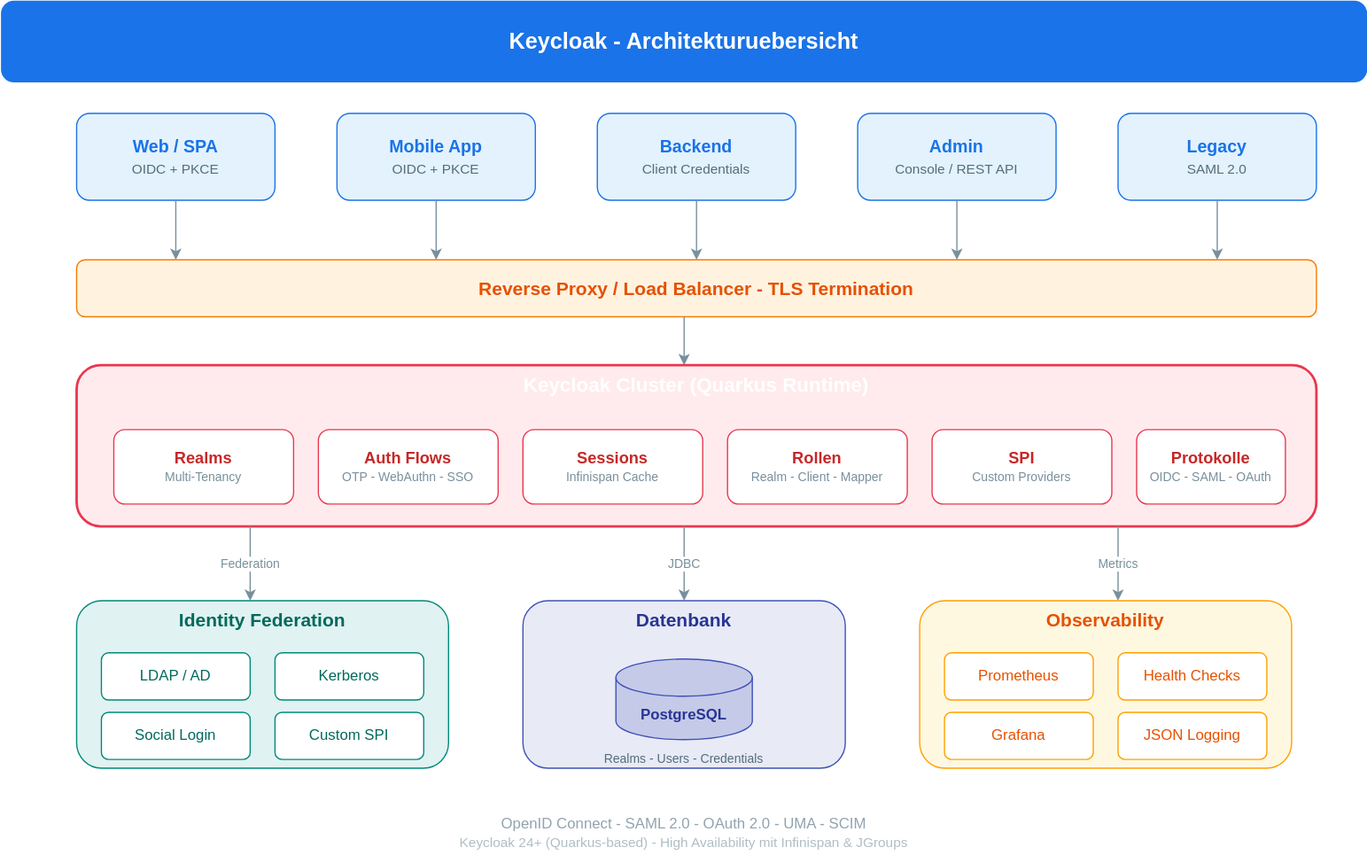
Before: slides/01-einfuehrung-keycloak-iam/images/keycloak_architecture.drawio.svg, a diagram exported from draw.io (it-erben/training-keycloak). Source tidied: cells renumbered, new cells last; positions are measured from the earlier drawing's top-left corner, leaving out a move shared by most shapes. The source it was exported from:
```xml
<mxGraphModel>
  <root>
    <mxCell id="0" />
    <mxCell id="1" parent="0" />
    <mxCell id="2" value="&lt;b style=&quot;font-size:18px&quot;&gt;&lt;font color=&quot;#ffffff&quot;&gt;Keycloak - Architekturuebersicht&lt;/font&gt;&lt;/b&gt;" style="rounded=1;whiteSpace=wrap;html=1;fillColor=#1A73E8;strokeColor=#1A73E8;strokeWidth=2;fontColor=#ffffff;" parent="1" vertex="1">
      <mxGeometry width="1100" height="64" as="geometry" />
    </mxCell>
    <mxCell id="3" value="&lt;b&gt;Web / SPA&lt;/b&gt;&lt;br&gt;&lt;font style=&quot;font-size:11px&quot; color=&quot;#546E7A&quot;&gt;OIDC + PKCE&lt;/font&gt;" style="rounded=1;whiteSpace=wrap;html=1;fillColor=#E3F2FD;strokeColor=#1A73E8;strokeWidth=1;fontColor=#1A73E8;fontSize=14;" parent="1" vertex="1">
      <mxGeometry x="60" y="90" width="160" height="70" as="geometry" />
    </mxCell>
    <mxCell id="4" value="&lt;b&gt;Mobile App&lt;/b&gt;&lt;br&gt;&lt;font style=&quot;font-size:11px&quot; color=&quot;#546E7A&quot;&gt;OIDC + PKCE&lt;/font&gt;" style="rounded=1;whiteSpace=wrap;html=1;fillColor=#E3F2FD;strokeColor=#1A73E8;strokeWidth=1;fontColor=#1A73E8;fontSize=14;" parent="1" vertex="1">
      <mxGeometry x="270" y="90" width="160" height="70" as="geometry" />
    </mxCell>
    <mxCell id="5" value="&lt;b&gt;Backend&lt;/b&gt;&lt;br&gt;&lt;font style=&quot;font-size:11px&quot; color=&quot;#546E7A&quot;&gt;Client Credentials&lt;/font&gt;" style="rounded=1;whiteSpace=wrap;html=1;fillColor=#E3F2FD;strokeColor=#1A73E8;strokeWidth=1;fontColor=#1A73E8;fontSize=14;" parent="1" vertex="1">
      <mxGeometry x="480" y="90" width="160" height="70" as="geometry" />
    </mxCell>
    <mxCell id="6" value="&lt;b&gt;Admin&lt;/b&gt;&lt;br&gt;&lt;font style=&quot;font-size:11px&quot; color=&quot;#546E7A&quot;&gt;Console / REST API&lt;/font&gt;" style="rounded=1;whiteSpace=wrap;html=1;fillColor=#E3F2FD;strokeColor=#1A73E8;strokeWidth=1;fontColor=#1A73E8;fontSize=14;" parent="1" vertex="1">
      <mxGeometry x="690" y="90" width="160" height="70" as="geometry" />
    </mxCell>
    <mxCell id="7" value="&lt;b&gt;Legacy&lt;/b&gt;&lt;br&gt;&lt;font style=&quot;font-size:11px&quot; color=&quot;#546E7A&quot;&gt;SAML 2.0&lt;/font&gt;" style="rounded=1;whiteSpace=wrap;html=1;fillColor=#E3F2FD;strokeColor=#1A73E8;strokeWidth=1;fontColor=#1A73E8;fontSize=14;" parent="1" vertex="1">
      <mxGeometry x="900" y="90" width="160" height="70" as="geometry" />
    </mxCell>
    <mxCell id="8" style="html=1;strokeColor=#78909C;strokeWidth=1;endArrow=classic;rounded=0;" parent="1" edge="1">
      <mxGeometry relative="1" as="geometry">
        <mxPoint x="140" y="160" as="sourcePoint" />
        <mxPoint x="140" y="208" as="targetPoint" />
      </mxGeometry>
    </mxCell>
    <mxCell id="9" style="html=1;strokeColor=#78909C;strokeWidth=1;endArrow=classic;rounded=0;" parent="1" edge="1">
      <mxGeometry relative="1" as="geometry">
        <mxPoint x="350" y="160" as="sourcePoint" />
        <mxPoint x="350" y="208" as="targetPoint" />
      </mxGeometry>
    </mxCell>
    <mxCell id="10" style="html=1;strokeColor=#78909C;strokeWidth=1;endArrow=classic;rounded=0;" parent="1" edge="1">
      <mxGeometry relative="1" as="geometry">
        <mxPoint x="560" y="160" as="sourcePoint" />
        <mxPoint x="560" y="208" as="targetPoint" />
      </mxGeometry>
    </mxCell>
    <mxCell id="11" style="html=1;strokeColor=#78909C;strokeWidth=1;endArrow=classic;rounded=0;" parent="1" edge="1">
      <mxGeometry relative="1" as="geometry">
        <mxPoint x="770" y="160" as="sourcePoint" />
        <mxPoint x="770" y="208" as="targetPoint" />
      </mxGeometry>
    </mxCell>
    <mxCell id="12" style="html=1;strokeColor=#78909C;strokeWidth=1;endArrow=classic;rounded=0;" parent="1" edge="1">
      <mxGeometry relative="1" as="geometry">
        <mxPoint x="980" y="160" as="sourcePoint" />
        <mxPoint x="980" y="208" as="targetPoint" />
      </mxGeometry>
    </mxCell>
    <mxCell id="13" value="&lt;b&gt;Reverse Proxy / Load Balancer - TLS Termination&lt;/b&gt;" style="rounded=1;whiteSpace=wrap;html=1;fillColor=#FFF3E0;strokeColor=#F57C00;strokeWidth=1;fontColor=#E65100;fontSize=15;" parent="1" vertex="1">
      <mxGeometry x="60" y="208" width="1000" height="46" as="geometry" />
    </mxCell>
    <mxCell id="14" style="html=1;strokeColor=#78909C;strokeWidth=1;endArrow=classic;rounded=0;" parent="1" edge="1">
      <mxGeometry relative="1" as="geometry">
        <mxPoint x="550" y="254" as="sourcePoint" />
        <mxPoint x="550" y="293" as="targetPoint" />
      </mxGeometry>
    </mxCell>
    <mxCell id="15" value="&lt;b style=&quot;font-size:16px&quot;&gt;&lt;font color=&quot;#ffffff&quot;&gt;Keycloak Cluster (Quarkus Runtime)&lt;/font&gt;&lt;/b&gt;" style="rounded=1;whiteSpace=wrap;html=1;fillColor=#FFEBEE;strokeColor=#E8384F;strokeWidth=2;verticalAlign=top;fontSize=14;fontColor=#C62828;" parent="1" vertex="1">
      <mxGeometry x="60" y="293" width="1000" height="130" as="geometry" />
    </mxCell>
    <mxCell id="16" value="&lt;b style=&quot;font-size:13px&quot;&gt;&lt;font color=&quot;#C62828&quot;&gt;Realms&lt;/font&gt;&lt;/b&gt;&lt;br&gt;&lt;font style=&quot;font-size:10px&quot; color=&quot;#78909C&quot;&gt;Multi-Tenancy&lt;/font&gt;" style="rounded=1;whiteSpace=wrap;html=1;fillColor=#ffffff;strokeColor=#E8384F;strokeWidth=1;fontSize=12;" parent="1" vertex="1">
      <mxGeometry x="90" y="345" width="145" height="60" as="geometry" />
    </mxCell>
    <mxCell id="17" value="&lt;b style=&quot;font-size:13px&quot;&gt;&lt;font color=&quot;#C62828&quot;&gt;Auth Flows&lt;/font&gt;&lt;/b&gt;&lt;br&gt;&lt;font style=&quot;font-size:10px&quot; color=&quot;#78909C&quot;&gt;OTP - WebAuthn - SSO&lt;/font&gt;" style="rounded=1;whiteSpace=wrap;html=1;fillColor=#ffffff;strokeColor=#E8384F;strokeWidth=1;fontSize=12;" parent="1" vertex="1">
      <mxGeometry x="255" y="345" width="145" height="60" as="geometry" />
    </mxCell>
    <mxCell id="18" value="&lt;b style=&quot;font-size:13px&quot;&gt;&lt;font color=&quot;#C62828&quot;&gt;Sessions&lt;/font&gt;&lt;/b&gt;&lt;br&gt;&lt;font style=&quot;font-size:10px&quot; color=&quot;#78909C&quot;&gt;Infinispan Cache&lt;/font&gt;" style="rounded=1;whiteSpace=wrap;html=1;fillColor=#ffffff;strokeColor=#E8384F;strokeWidth=1;fontSize=12;" parent="1" vertex="1">
      <mxGeometry x="420" y="345" width="145" height="60" as="geometry" />
    </mxCell>
    <mxCell id="19" value="&lt;b style=&quot;font-size:13px&quot;&gt;&lt;font color=&quot;#C62828&quot;&gt;Rollen&lt;/font&gt;&lt;/b&gt;&lt;br&gt;&lt;font style=&quot;font-size:10px&quot; color=&quot;#78909C&quot;&gt;Realm - Client - Mapper&lt;/font&gt;" style="rounded=1;whiteSpace=wrap;html=1;fillColor=#ffffff;strokeColor=#E8384F;strokeWidth=1;fontSize=12;" parent="1" vertex="1">
      <mxGeometry x="585" y="345" width="145" height="60" as="geometry" />
    </mxCell>
    <mxCell id="20" value="&lt;b style=&quot;font-size:13px&quot;&gt;&lt;font color=&quot;#C62828&quot;&gt;SPI&lt;/font&gt;&lt;/b&gt;&lt;br&gt;&lt;font style=&quot;font-size:10px&quot; color=&quot;#78909C&quot;&gt;Custom Providers&lt;/font&gt;" style="rounded=1;whiteSpace=wrap;html=1;fillColor=#ffffff;strokeColor=#E8384F;strokeWidth=1;fontSize=12;" parent="1" vertex="1">
      <mxGeometry x="750" y="345" width="145" height="60" as="geometry" />
    </mxCell>
    <mxCell id="21" value="&lt;b style=&quot;font-size:13px&quot;&gt;&lt;font color=&quot;#C62828&quot;&gt;Protokolle&lt;/font&gt;&lt;/b&gt;&lt;br&gt;&lt;font style=&quot;font-size:10px&quot; color=&quot;#78909C&quot;&gt;OIDC - SAML - OAuth&lt;/font&gt;" style="rounded=1;whiteSpace=wrap;html=1;fillColor=#ffffff;strokeColor=#E8384F;strokeWidth=1;fontSize=12;" parent="1" vertex="1">
      <mxGeometry x="915" y="345" width="120" height="60" as="geometry" />
    </mxCell>
    <mxCell id="22" value="Federation" style="html=1;strokeColor=#78909C;strokeWidth=1;endArrow=classic;rounded=0;fontSize=10;fontColor=#78909C;" parent="1" edge="1">
      <mxGeometry relative="1" as="geometry">
        <mxPoint x="200" y="423" as="sourcePoint" />
        <mxPoint x="200" y="483" as="targetPoint" />
      </mxGeometry>
    </mxCell>
    <mxCell id="23" value="JDBC" style="html=1;strokeColor=#78909C;strokeWidth=1;endArrow=classic;rounded=0;fontSize=10;fontColor=#78909C;" parent="1" edge="1">
      <mxGeometry relative="1" as="geometry">
        <mxPoint x="550" y="423" as="sourcePoint" />
        <mxPoint x="550" y="483" as="targetPoint" />
      </mxGeometry>
    </mxCell>
    <mxCell id="24" value="Metrics" style="html=1;strokeColor=#78909C;strokeWidth=1;endArrow=classic;rounded=0;fontSize=10;fontColor=#78909C;" parent="1" edge="1">
      <mxGeometry relative="1" as="geometry">
        <mxPoint x="900" y="423" as="sourcePoint" />
        <mxPoint x="900" y="483" as="targetPoint" />
      </mxGeometry>
    </mxCell>
    <mxCell id="25" value="&lt;b style=&quot;font-size:15px&quot;&gt;&lt;font color=&quot;#00695C&quot;&gt;Identity Federation&lt;/font&gt;&lt;/b&gt;" style="rounded=1;whiteSpace=wrap;html=1;fillColor=#E0F2F1;strokeColor=#00897B;strokeWidth=1;verticalAlign=top;fontSize=14;" parent="1" vertex="1">
      <mxGeometry x="60" y="483" width="300" height="135" as="geometry" />
    </mxCell>
    <mxCell id="26" value="&lt;font color=&quot;#00695C&quot;&gt;LDAP / AD&lt;/font&gt;" style="rounded=1;whiteSpace=wrap;html=1;fillColor=#ffffff;strokeColor=#00897B;strokeWidth=1;fontSize=12;" parent="1" vertex="1">
      <mxGeometry x="80" y="525" width="120" height="38" as="geometry" />
    </mxCell>
    <mxCell id="27" value="&lt;font color=&quot;#00695C&quot;&gt;Kerberos&lt;/font&gt;" style="rounded=1;whiteSpace=wrap;html=1;fillColor=#ffffff;strokeColor=#00897B;strokeWidth=1;fontSize=12;" parent="1" vertex="1">
      <mxGeometry x="220" y="525" width="120" height="38" as="geometry" />
    </mxCell>
    <mxCell id="28" value="&lt;font color=&quot;#00695C&quot;&gt;Social Login&lt;/font&gt;" style="rounded=1;whiteSpace=wrap;html=1;fillColor=#ffffff;strokeColor=#00897B;strokeWidth=1;fontSize=12;" parent="1" vertex="1">
      <mxGeometry x="80" y="573" width="120" height="38" as="geometry" />
    </mxCell>
    <mxCell id="29" value="&lt;font color=&quot;#00695C&quot;&gt;Custom SPI&lt;/font&gt;" style="rounded=1;whiteSpace=wrap;html=1;fillColor=#ffffff;strokeColor=#00897B;strokeWidth=1;fontSize=12;" parent="1" vertex="1">
      <mxGeometry x="220" y="573" width="120" height="38" as="geometry" />
    </mxCell>
    <mxCell id="30" value="&lt;b style=&quot;font-size:15px&quot;&gt;&lt;font color=&quot;#283593&quot;&gt;Datenbank&lt;/font&gt;&lt;/b&gt;" style="rounded=1;whiteSpace=wrap;html=1;fillColor=#E8EAF6;strokeColor=#3F51B5;strokeWidth=1;verticalAlign=top;fontSize=14;" parent="1" vertex="1">
      <mxGeometry x="420" y="483" width="260" height="135" as="geometry" />
    </mxCell>
    <mxCell id="31" value="&lt;b&gt;&lt;font color=&quot;#283593&quot;&gt;PostgreSQL&lt;/font&gt;&lt;/b&gt;" style="shape=cylinder3;whiteSpace=wrap;html=1;boundedLbl=1;backgroundOutline=1;size=15;fillColor=#C5CAE9;strokeColor=#3F51B5;strokeWidth=1;fontSize=12;" parent="1" vertex="1">
      <mxGeometry x="495" y="530" width="110" height="65" as="geometry" />
    </mxCell>
    <mxCell id="32" value="&lt;font style=&quot;font-size:10px&quot; color=&quot;#546E7A&quot;&gt;Realms - Users - Credentials&lt;/font&gt;" style="text;html=1;strokeColor=none;fillColor=none;align=center;verticalAlign=middle;whiteSpace=wrap;rounded=0;fontSize=10;" parent="1" vertex="1">
      <mxGeometry x="470" y="600" width="160" height="20" as="geometry" />
    </mxCell>
    <mxCell id="33" value="&lt;b style=&quot;font-size:15px&quot;&gt;&lt;font color=&quot;#E65100&quot;&gt;Observability&lt;/font&gt;&lt;/b&gt;" style="rounded=1;whiteSpace=wrap;html=1;fillColor=#FFF8E1;strokeColor=#FFA000;strokeWidth=1;verticalAlign=top;fontSize=14;" parent="1" vertex="1">
      <mxGeometry x="740" y="483" width="300" height="135" as="geometry" />
    </mxCell>
    <mxCell id="34" value="&lt;font color=&quot;#E65100&quot;&gt;Prometheus&lt;/font&gt;" style="rounded=1;whiteSpace=wrap;html=1;fillColor=#ffffff;strokeColor=#FFA000;strokeWidth=1;fontSize=12;" parent="1" vertex="1">
      <mxGeometry x="760" y="525" width="120" height="38" as="geometry" />
    </mxCell>
    <mxCell id="35" value="&lt;font color=&quot;#E65100&quot;&gt;Health Checks&lt;/font&gt;" style="rounded=1;whiteSpace=wrap;html=1;fillColor=#ffffff;strokeColor=#FFA000;strokeWidth=1;fontSize=12;" parent="1" vertex="1">
      <mxGeometry x="900" y="525" width="120" height="38" as="geometry" />
    </mxCell>
    <mxCell id="36" value="&lt;font color=&quot;#E65100&quot;&gt;Grafana&lt;/font&gt;" style="rounded=1;whiteSpace=wrap;html=1;fillColor=#ffffff;strokeColor=#FFA000;strokeWidth=1;fontSize=12;" parent="1" vertex="1">
      <mxGeometry x="760" y="573" width="120" height="38" as="geometry" />
    </mxCell>
    <mxCell id="37" value="&lt;font color=&quot;#E65100&quot;&gt;JSON Logging&lt;/font&gt;" style="rounded=1;whiteSpace=wrap;html=1;fillColor=#ffffff;strokeColor=#FFA000;strokeWidth=1;fontSize=12;" parent="1" vertex="1">
      <mxGeometry x="900" y="573" width="120" height="38" as="geometry" />
    </mxCell>
    <mxCell id="38" value="&lt;font style=&quot;font-size:12px&quot; color=&quot;#90A4AE&quot;&gt;OpenID Connect  -  SAML 2.0  -  OAuth 2.0  -  UMA  -  SCIM&lt;/font&gt;&lt;br&gt;&lt;font style=&quot;font-size:11px&quot; color=&quot;#B0BEC5&quot;&gt;Keycloak 24+ (Quarkus-based) - High Availability mit Infinispan &amp;amp; JGroups&lt;/font&gt;" style="text;html=1;strokeColor=none;fillColor=none;align=center;verticalAlign=middle;whiteSpace=wrap;rounded=0;" parent="1" vertex="1">
      <mxGeometry x="250" y="645" width="600" height="50" as="geometry" />
    </mxCell>
  </root>
</mxGraphModel>
```
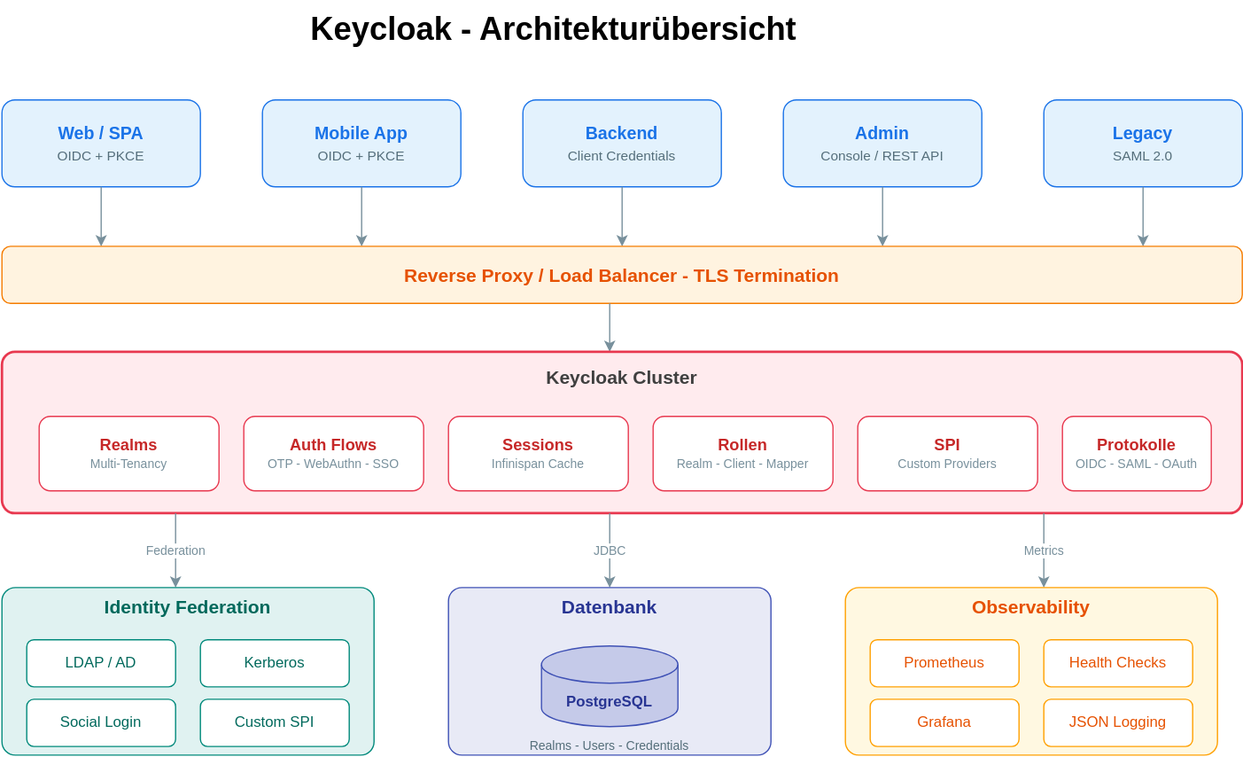
The same diagram one commit later.

Change to the diagram source:
```diff
@@ -2,9 +2,6 @@
   <root>
     <mxCell id="0" />
     <mxCell id="1" parent="0" />
-    <mxCell id="2" value="&lt;b style=&quot;font-size:18px&quot;&gt;&lt;font color=&quot;#ffffff&quot;&gt;Keycloak - Architekturuebersicht&lt;/font&gt;&lt;/b&gt;" style="rounded=1;whiteSpace=wrap;html=1;fillColor=#1A73E8;strokeColor=#1A73E8;strokeWidth=2;fontColor=#ffffff;" parent="1" vertex="1">
-      <mxGeometry width="1100" height="64" as="geometry" />
-    </mxCell>
     <mxCell id="3" value="&lt;b&gt;Web / SPA&lt;/b&gt;&lt;br&gt;&lt;font style=&quot;font-size:11px&quot; color=&quot;#546E7A&quot;&gt;OIDC + PKCE&lt;/font&gt;" style="rounded=1;whiteSpace=wrap;html=1;fillColor=#E3F2FD;strokeColor=#1A73E8;strokeWidth=1;fontColor=#1A73E8;fontSize=14;" parent="1" vertex="1">
       <mxGeometry x="60" y="90" width="160" height="70" as="geometry" />
     </mxCell>
@@ -59,7 +56,7 @@
         <mxPoint x="550" y="293" as="targetPoint" />
       </mxGeometry>
     </mxCell>
-    <mxCell id="15" value="&lt;b style=&quot;font-size:16px&quot;&gt;&lt;font color=&quot;#ffffff&quot;&gt;Keycloak Cluster (Quarkus Runtime)&lt;/font&gt;&lt;/b&gt;" style="rounded=1;whiteSpace=wrap;html=1;fillColor=#FFEBEE;strokeColor=#E8384F;strokeWidth=2;verticalAlign=top;fontSize=14;fontColor=#C62828;" parent="1" vertex="1">
+    <mxCell id="15" value="Keycloak Cluster" style="rounded=1;whiteSpace=wrap;fillColor=#FFEBEE;strokeColor=#E8384F;strokeWidth=2;verticalAlign=top;fontSize=15;fontColor=light-dark(#3f3f3f, #ff9191);arcSize=8;fontStyle=1;spacingTop=5;" parent="1" vertex="1">
       <mxGeometry x="60" y="293" width="1000" height="130" as="geometry" />
     </mxCell>
     <mxCell id="16" value="&lt;b style=&quot;font-size:13px&quot;&gt;&lt;font color=&quot;#C62828&quot;&gt;Realms&lt;/font&gt;&lt;/b&gt;&lt;br&gt;&lt;font style=&quot;font-size:10px&quot; color=&quot;#78909C&quot;&gt;Multi-Tenancy&lt;/font&gt;" style="rounded=1;whiteSpace=wrap;html=1;fillColor=#ffffff;strokeColor=#E8384F;strokeWidth=1;fontSize=12;" parent="1" vertex="1">
@@ -98,7 +95,7 @@
         <mxPoint x="900" y="483" as="targetPoint" />
       </mxGeometry>
     </mxCell>
-    <mxCell id="25" value="&lt;b style=&quot;font-size:15px&quot;&gt;&lt;font color=&quot;#00695C&quot;&gt;Identity Federation&lt;/font&gt;&lt;/b&gt;" style="rounded=1;whiteSpace=wrap;html=1;fillColor=#E0F2F1;strokeColor=#00897B;strokeWidth=1;verticalAlign=top;fontSize=14;" parent="1" vertex="1">
+    <mxCell id="25" value="&lt;b style=&quot;font-size:15px&quot;&gt;&lt;font color=&quot;#00695C&quot;&gt;Identity Federation&lt;/font&gt;&lt;/b&gt;" style="rounded=1;whiteSpace=wrap;html=1;fillColor=#E0F2F1;strokeColor=#00897B;strokeWidth=1;verticalAlign=top;fontSize=14;arcSize=8;" parent="1" vertex="1">
       <mxGeometry x="60" y="483" width="300" height="135" as="geometry" />
     </mxCell>
     <mxCell id="26" value="&lt;font color=&quot;#00695C&quot;&gt;LDAP / AD&lt;/font&gt;" style="rounded=1;whiteSpace=wrap;html=1;fillColor=#ffffff;strokeColor=#00897B;strokeWidth=1;fontSize=12;" parent="1" vertex="1">
@@ -113,7 +110,7 @@
     <mxCell id="29" value="&lt;font color=&quot;#00695C&quot;&gt;Custom SPI&lt;/font&gt;" style="rounded=1;whiteSpace=wrap;html=1;fillColor=#ffffff;strokeColor=#00897B;strokeWidth=1;fontSize=12;" parent="1" vertex="1">
       <mxGeometry x="220" y="573" width="120" height="38" as="geometry" />
     </mxCell>
-    <mxCell id="30" value="&lt;b style=&quot;font-size:15px&quot;&gt;&lt;font color=&quot;#283593&quot;&gt;Datenbank&lt;/font&gt;&lt;/b&gt;" style="rounded=1;whiteSpace=wrap;html=1;fillColor=#E8EAF6;strokeColor=#3F51B5;strokeWidth=1;verticalAlign=top;fontSize=14;" parent="1" vertex="1">
+    <mxCell id="30" value="&lt;b style=&quot;font-size:15px&quot;&gt;&lt;font color=&quot;#283593&quot;&gt;Datenbank&lt;/font&gt;&lt;/b&gt;" style="rounded=1;whiteSpace=wrap;html=1;fillColor=#E8EAF6;strokeColor=#3F51B5;strokeWidth=1;verticalAlign=top;fontSize=14;arcSize=8;" parent="1" vertex="1">
       <mxGeometry x="420" y="483" width="260" height="135" as="geometry" />
     </mxCell>
     <mxCell id="31" value="&lt;b&gt;&lt;font color=&quot;#283593&quot;&gt;PostgreSQL&lt;/font&gt;&lt;/b&gt;" style="shape=cylinder3;whiteSpace=wrap;html=1;boundedLbl=1;backgroundOutline=1;size=15;fillColor=#C5CAE9;strokeColor=#3F51B5;strokeWidth=1;fontSize=12;" parent="1" vertex="1">
@@ -122,7 +119,7 @@
     <mxCell id="32" value="&lt;font style=&quot;font-size:10px&quot; color=&quot;#546E7A&quot;&gt;Realms - Users - Credentials&lt;/font&gt;" style="text;html=1;strokeColor=none;fillColor=none;align=center;verticalAlign=middle;whiteSpace=wrap;rounded=0;fontSize=10;" parent="1" vertex="1">
       <mxGeometry x="470" y="600" width="160" height="20" as="geometry" />
     </mxCell>
-    <mxCell id="33" value="&lt;b style=&quot;font-size:15px&quot;&gt;&lt;font color=&quot;#E65100&quot;&gt;Observability&lt;/font&gt;&lt;/b&gt;" style="rounded=1;whiteSpace=wrap;html=1;fillColor=#FFF8E1;strokeColor=#FFA000;strokeWidth=1;verticalAlign=top;fontSize=14;" parent="1" vertex="1">
+    <mxCell id="33" value="&lt;b style=&quot;font-size:15px&quot;&gt;&lt;font color=&quot;#E65100&quot;&gt;Observability&lt;/font&gt;&lt;/b&gt;" style="rounded=1;whiteSpace=wrap;html=1;fillColor=#FFF8E1;strokeColor=#FFA000;strokeWidth=1;verticalAlign=top;fontSize=14;arcSize=8;" parent="1" vertex="1">
       <mxGeometry x="740" y="483" width="300" height="135" as="geometry" />
     </mxCell>
     <mxCell id="34" value="&lt;font color=&quot;#E65100&quot;&gt;Prometheus&lt;/font&gt;" style="rounded=1;whiteSpace=wrap;html=1;fillColor=#ffffff;strokeColor=#FFA000;strokeWidth=1;fontSize=12;" parent="1" vertex="1">
@@ -137,8 +134,8 @@
     <mxCell id="37" value="&lt;font color=&quot;#E65100&quot;&gt;JSON Logging&lt;/font&gt;" style="rounded=1;whiteSpace=wrap;html=1;fillColor=#ffffff;strokeColor=#FFA000;strokeWidth=1;fontSize=12;" parent="1" vertex="1">
       <mxGeometry x="900" y="573" width="120" height="38" as="geometry" />
     </mxCell>
-    <mxCell id="38" value="&lt;font style=&quot;font-size:12px&quot; color=&quot;#90A4AE&quot;&gt;OpenID Connect  -  SAML 2.0  -  OAuth 2.0  -  UMA  -  SCIM&lt;/font&gt;&lt;br&gt;&lt;font style=&quot;font-size:11px&quot; color=&quot;#B0BEC5&quot;&gt;Keycloak 24+ (Quarkus-based) - High Availability mit Infinispan &amp;amp; JGroups&lt;/font&gt;" style="text;html=1;strokeColor=none;fillColor=none;align=center;verticalAlign=middle;whiteSpace=wrap;rounded=0;" parent="1" vertex="1">
-      <mxGeometry x="250" y="645" width="600" height="50" as="geometry" />
-    </mxCell>
+    <mxCell id="39" value="Keycloak - Architekturübersicht" style="text;strokeColor=none;fillColor=none;fontSize=26;fontStyle=1;verticalAlign=middle;align=center;" parent="1" vertex="1">
+      <mxGeometry x="120" y="10" width="770" height="40" as="geometry" />
+    </mxCell>
   </root>
 </mxGraphModel>
```
